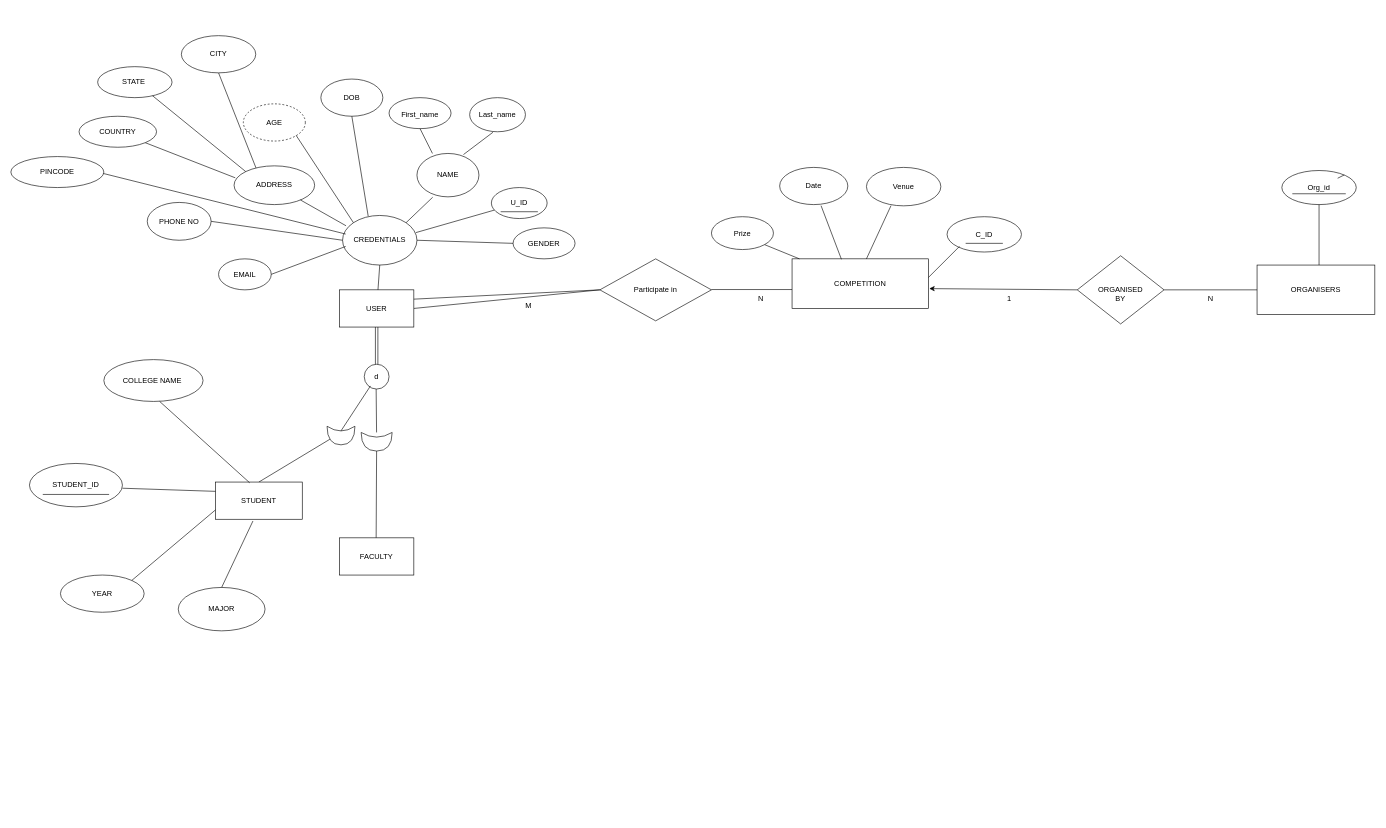
Aaradhy-Sharma/dbms-project-1 keeps this draw.io diagram as er-model.drawio. Above is the earlier version. Source tidied: cells renumbered, new cells numbered last; positions are measured from the earlier drawing's top-left corner, leaving out a move shared by most shapes. Both pictures are drawn from the tidied source at 62%, with x=0, y=0 at pixel (11, 35).
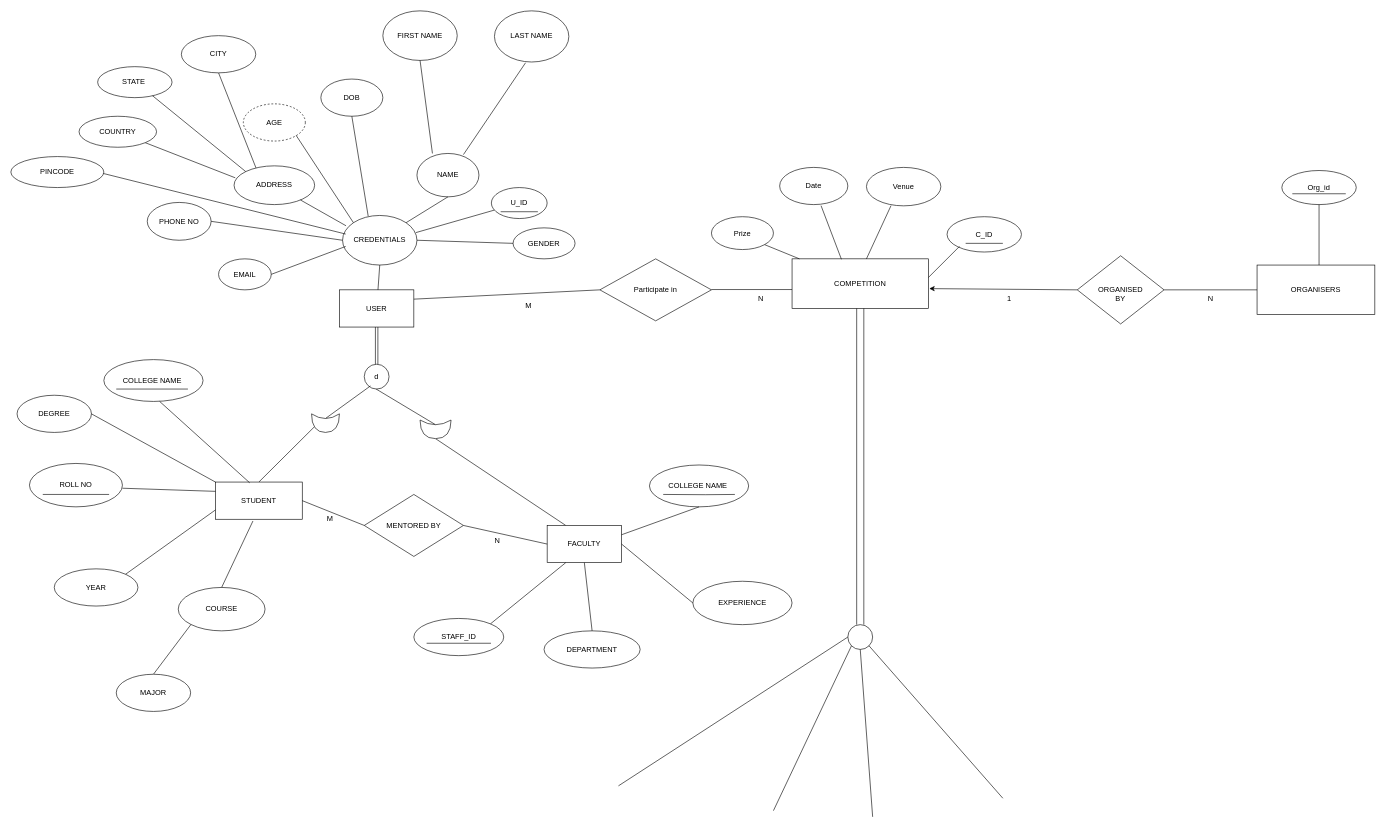
After the change.

Unchanged cells that the change refers to:
```xml
<mxCell id="4" style="ellipse;whiteSpace=wrap;html=1;" parent="1" vertex="1">
  <mxGeometry x="655" y="190" width="100" height="70" as="geometry" />
</mxCell>
<mxCell id="23" value="Participate in" style="rhombus;whiteSpace=wrap;html=1;" parent="1" vertex="1">
  <mxGeometry x="950" y="360" width="180" height="100" as="geometry" />
</mxCell>
<mxCell id="27" style="rounded=0;whiteSpace=wrap;html=1;" parent="1" vertex="1">
  <mxGeometry x="1260" y="360" width="220" height="80" as="geometry" />
</mxCell>
<mxCell id="41" value="Org_id" style="ellipse;whiteSpace=wrap;html=1;" parent="1" vertex="1">
  <mxGeometry x="2050" y="217.5" width="120" height="55" as="geometry" />
</mxCell>
<mxCell id="54" value="STUDENT" style="rounded=0;whiteSpace=wrap;html=1;" parent="1" vertex="1">
  <mxGeometry x="330" y="720" width="140" height="60" as="geometry" />
</mxCell>
<mxCell id="64" value="CREDENTIALS" style="ellipse;whiteSpace=wrap;html=1;" parent="1" vertex="1">
  <mxGeometry x="535" y="290" width="120" height="80" as="geometry" />
</mxCell>
<mxCell id="65" value="USER" style="rounded=0;whiteSpace=wrap;html=1;" parent="1" vertex="1">
  <mxGeometry x="530" y="410" width="120" height="60" as="geometry" />
</mxCell>
```

The edit, as a diff of the source:
```diff
@@
-    <mxCell id="8" style="endArrow=none;html=1;rounded=0;exitX=1;exitY=0;exitDx=0;exitDy=0;entryX=0.254;entryY=1.009;entryDx=0;entryDy=0;entryPerimeter=0;" parent="1" edge="1" source="64" target="4">
+    <mxCell id="8" style="endArrow=none;html=1;rounded=0;exitX=1;exitY=0;exitDx=0;exitDy=0;entryX=0.5;entryY=1;entryDx=0;entryDy=0;" parent="1" edge="1" source="64" target="4">
       <mxGeometry relative="1" as="geometry" />
     </mxCell>
-    <mxCell id="9" style="ellipse;whiteSpace=wrap;html=1;" parent="1" vertex="1">
-      <mxGeometry x="740" y="100" width="90" height="55" as="geometry" />
+    <mxCell id="9" value="LAST NAME" style="ellipse;whiteSpace=wrap;html=1;" parent="1" vertex="1">
+      <mxGeometry x="780" y="-40" width="120" height="82.5" as="geometry" />
     </mxCell>
-    <mxCell id="10" style="ellipse;whiteSpace=wrap;html=1;" parent="1" vertex="1">
-      <mxGeometry x="610" y="100" width="100" height="50" as="geometry" />
+    <mxCell id="10" value="FIRST NAME" style="ellipse;whiteSpace=wrap;html=1;" parent="1" vertex="1">
+      <mxGeometry x="600" y="-40" width="120" height="80" as="geometry" />
     </mxCell>
@@
-    <mxCell id="17" value="First_name" style="text;html=1;align=center;verticalAlign=middle;whiteSpace=wrap;rounded=0;" parent="1" vertex="1">
-      <mxGeometry x="630" y="113" width="60" height="30" as="geometry" />
-    </mxCell>
-    <mxCell id="18" value="Last_name" style="text;html=1;align=center;verticalAlign=middle;whiteSpace=wrap;rounded=0;" parent="1" vertex="1">
-      <mxGeometry x="755" y="113" width="60" height="30" as="geometry" />
-    </mxCell>
@@
-    <mxCell id="22" style="endArrow=none;html=1;rounded=0;exitX=1;exitY=0.5;exitDx=0;exitDy=0;entryX=0;entryY=0.5;entryDx=0;entryDy=0;" parent="1" edge="1" source="65" target="23">
-      <mxGeometry relative="1" as="geometry" />
-    </mxCell>
@@
-    <mxCell id="49" style="endArrow=none;html=1;rounded=0;" parent="1" edge="1" source="51">
+    <mxCell id="49" style="endArrow=none;html=1;rounded=0;exitX=0.25;exitY=0.5;exitDx=0;exitDy=0;exitPerimeter=0;" parent="1" edge="1" source="51">
       <mxGeometry relative="1" as="geometry">
         <mxPoint x="589.2" y="570" as="targetPoint" />
       </mxGeometry>
     </mxCell>
-    <mxCell id="50" style="endArrow=none;html=1;rounded=0;" parent="1" edge="1" target="51">
-      <mxGeometry relative="1" as="geometry">
-        <mxPoint x="589.2" y="810" as="sourcePoint" />
-      </mxGeometry>
+    <mxCell id="50" style="endArrow=none;html=1;rounded=0;entryX=1;entryY=0.5;entryDx=0;entryDy=0;entryPerimeter=0;exitX=0.25;exitY=0;exitDx=0;exitDy=0;" parent="1" edge="1" source="55" target="51">
+      <mxGeometry relative="1" as="geometry" />
     </mxCell>
     <mxCell id="51" style="shape=xor;whiteSpace=wrap;html=1;direction=south;" parent="1" vertex="1">
-      <mxGeometry x="565" y="640" width="50" height="30" as="geometry" />
+      <mxGeometry x="660" y="620" width="50" height="30" as="geometry" />
     </mxCell>
@@
     <mxCell id="53" style="shape=xor;whiteSpace=wrap;html=1;direction=south;" parent="1" vertex="1">
-      <mxGeometry x="510" y="630" width="45" height="30" as="geometry" />
+      <mxGeometry x="485" y="610" width="45" height="30" as="geometry" />
     </mxCell>
@@
     <mxCell id="55" value="FACULTY" style="rounded=0;whiteSpace=wrap;html=1;" parent="1" vertex="1">
-      <mxGeometry x="530" y="810" width="120" height="60" as="geometry" />
+      <mxGeometry x="865" y="790" width="120" height="60" as="geometry" />
     </mxCell>
@@
-    <mxCell id="57" value="STUDENT_ID" style="ellipse;whiteSpace=wrap;html=1;" parent="1" vertex="1">
+    <mxCell id="57" value="ROLL NO" style="ellipse;whiteSpace=wrap;html=1;" parent="1" vertex="1">
       <mxGeometry x="30" y="690" width="150" height="70" as="geometry" />
     </mxCell>
     <mxCell id="58" value="YEAR" style="ellipse;whiteSpace=wrap;html=1;" parent="1" vertex="1">
-      <mxGeometry x="80" y="870" width="135" height="60" as="geometry" />
+      <mxGeometry x="70" y="860" width="135" height="60" as="geometry" />
     </mxCell>
-    <mxCell id="59" value="MAJOR" style="ellipse;whiteSpace=wrap;html=1;" parent="1" vertex="1">
+    <mxCell id="59" value="COURSE" style="ellipse;whiteSpace=wrap;html=1;" parent="1" vertex="1">
       <mxGeometry x="270" y="890" width="140" height="70" as="geometry" />
     </mxCell>
@@
-    <mxCell id="72" style="endArrow=none;html=1;rounded=0;" parent="1" edge="1" source="41">
-      <mxGeometry relative="1" as="geometry">
-        <mxPoint x="2140" y="230" as="targetPoint" />
-      </mxGeometry>
-    </mxCell>
@@
+    <mxCell id="86" value="DEGREE" style="ellipse;whiteSpace=wrap;html=1;" parent="1" vertex="1">
+      <mxGeometry x="10" y="580" width="120" height="60" as="geometry" />
+    </mxCell>
+    <mxCell id="87" style="endArrow=none;html=1;rounded=0;entryX=0;entryY=0;entryDx=0;entryDy=0;exitX=1;exitY=0.5;exitDx=0;exitDy=0;" parent="1" edge="1" source="86" target="54">
+      <mxGeometry relative="1" as="geometry" />
+    </mxCell>
+    <mxCell id="88" style="endArrow=none;html=1;rounded=0;entryX=0;entryY=1;entryDx=0;entryDy=0;exitX=0.5;exitY=0;exitDx=0;exitDy=0;" parent="1" edge="1" source="89" target="59">
+      <mxGeometry relative="1" as="geometry" />
+    </mxCell>
+    <mxCell id="89" value="MAJOR" style="ellipse;whiteSpace=wrap;html=1;" parent="1" vertex="1">
+      <mxGeometry x="170" y="1030" width="120" height="60" as="geometry" />
+    </mxCell>
+    <mxCell id="90" value="MENTORED BY" style="rhombus;whiteSpace=wrap;html=1;" parent="1" vertex="1">
+      <mxGeometry x="570" y="740" width="160" height="100" as="geometry" />
+    </mxCell>
+    <mxCell id="91" style="endArrow=none;html=1;rounded=0;entryX=0;entryY=0.5;entryDx=0;entryDy=0;exitX=1;exitY=0.5;exitDx=0;exitDy=0;" parent="1" edge="1" source="90" target="55">
+      <mxGeometry relative="1" as="geometry" />
+    </mxCell>
+    <mxCell id="92" style="endArrow=none;html=1;rounded=0;entryX=0;entryY=0.5;entryDx=0;entryDy=0;exitX=1;exitY=0.5;exitDx=0;exitDy=0;" parent="1" edge="1" source="54" target="90">
+      <mxGeometry relative="1" as="geometry" />
+    </mxCell>
+    <mxCell id="93" style="endArrow=none;html=1;rounded=0;entryX=1;entryY=1;entryDx=0;entryDy=0;exitX=0;exitY=1;exitDx=0;exitDy=0;" parent="1" edge="1">
+      <mxGeometry relative="1" as="geometry">
+        <mxPoint x="170" y="570" as="sourcePoint" />
+        <mxPoint x="285.6" y="570" as="targetPoint" />
+      </mxGeometry>
+    </mxCell>
+    <mxCell id="94" value="COLLEGE NAME&amp;nbsp;" style="ellipse;whiteSpace=wrap;html=1;" parent="1" vertex="1">
+      <mxGeometry x="1030" y="692.5" width="160" height="67.5" as="geometry" />
+    </mxCell>
+    <mxCell id="95" style="endArrow=none;html=1;rounded=0;exitX=1;exitY=0.25;exitDx=0;exitDy=0;entryX=0.5;entryY=1;entryDx=0;entryDy=0;" parent="1" edge="1" source="55" target="94">
+      <mxGeometry relative="1" as="geometry" />
+    </mxCell>
+    <mxCell id="96" value="EXPERIENCE" style="ellipse;whiteSpace=wrap;html=1;" parent="1" vertex="1">
+      <mxGeometry x="1100" y="880" width="160" height="70" as="geometry" />
+    </mxCell>
+    <mxCell id="97" style="endArrow=none;html=1;rounded=0;entryX=0;entryY=0.5;entryDx=0;entryDy=0;exitX=1;exitY=0.5;exitDx=0;exitDy=0;" parent="1" edge="1" source="55" target="96">
+      <mxGeometry relative="1" as="geometry" />
+    </mxCell>
+    <mxCell id="98" value="STAFF_ID" style="ellipse;whiteSpace=wrap;html=1;" parent="1" vertex="1">
+      <mxGeometry x="650" y="940" width="145" height="60" as="geometry" />
+    </mxCell>
+    <mxCell id="99" value="DEPARTMENT" style="ellipse;whiteSpace=wrap;html=1;" parent="1" vertex="1">
+      <mxGeometry x="860" y="960" width="155" height="60" as="geometry" />
+    </mxCell>
+    <mxCell id="100" style="endArrow=none;html=1;rounded=0;entryX=0.25;entryY=1;entryDx=0;entryDy=0;exitX=1;exitY=0;exitDx=0;exitDy=0;" parent="1" edge="1" source="98" target="55">
+      <mxGeometry relative="1" as="geometry" />
+    </mxCell>
+    <mxCell id="101" style="endArrow=none;html=1;rounded=0;entryX=0.5;entryY=1;entryDx=0;entryDy=0;exitX=0.5;exitY=0;exitDx=0;exitDy=0;" parent="1" edge="1" source="99" target="55">
+      <mxGeometry relative="1" as="geometry" />
+    </mxCell>
+    <mxCell id="102" style="endArrow=none;html=1;rounded=0;entryX=1;entryY=1;entryDx=0;entryDy=0;exitX=0;exitY=1;exitDx=0;exitDy=0;" parent="1" edge="1">
+      <mxGeometry relative="1" as="geometry">
+        <mxPoint x="1052.2" y="740" as="sourcePoint" />
+        <mxPoint x="1167.8" y="740" as="targetPoint" />
+        <Array as="points">
+          <mxPoint x="1120" y="740.4" />
+        </Array>
+      </mxGeometry>
+    </mxCell>
+    <mxCell id="103" style="endArrow=none;html=1;rounded=0;entryX=1;entryY=1;entryDx=0;entryDy=0;exitX=0;exitY=1;exitDx=0;exitDy=0;" parent="1" edge="1">
+      <mxGeometry relative="1" as="geometry">
+        <mxPoint x="670.6" y="980" as="sourcePoint" />
+        <mxPoint x="774.4" y="980" as="targetPoint" />
+      </mxGeometry>
+    </mxCell>
+    <mxCell id="104" value="M" style="text;html=1;align=center;verticalAlign=middle;whiteSpace=wrap;rounded=0;" parent="1" vertex="1">
+      <mxGeometry x="475" y="760" width="80" height="40" as="geometry" />
+    </mxCell>
+    <mxCell id="105" value="N" style="text;html=1;align=center;verticalAlign=middle;whiteSpace=wrap;rounded=0;" parent="1" vertex="1">
+      <mxGeometry x="755" y="800" width="60" height="30" as="geometry" />
+    </mxCell>
+    <mxCell id="106" style="shape=link;html=1;rounded=0;exitX=0.5;exitY=1;exitDx=0;exitDy=0;width=11.538461538461537;" parent="1" edge="1" source="27" target="107">
+      <mxGeometry relative="1" as="geometry" />
+    </mxCell>
+    <mxCell id="107" style="ellipse;whiteSpace=wrap;html=1;" parent="1" vertex="1">
+      <mxGeometry x="1350" y="950" width="40" height="40" as="geometry" />
+    </mxCell>
+    <mxCell id="108" style="endArrow=none;html=1;rounded=0;entryX=0;entryY=0.5;entryDx=0;entryDy=0;" parent="1" edge="1" target="107">
+      <mxGeometry relative="1" as="geometry">
+        <mxPoint x="980" y="1210" as="sourcePoint" />
+      </mxGeometry>
+    </mxCell>
+    <mxCell id="109" style="endArrow=none;html=1;rounded=0;entryX=0;entryY=1;entryDx=0;entryDy=0;" parent="1" edge="1" target="107">
+      <mxGeometry relative="1" as="geometry">
+        <mxPoint x="1230" y="1250" as="sourcePoint" />
+      </mxGeometry>
+    </mxCell>
+    <mxCell id="110" style="endArrow=none;html=1;rounded=0;entryX=0.5;entryY=1;entryDx=0;entryDy=0;" parent="1" edge="1" target="107">
+      <mxGeometry relative="1" as="geometry">
+        <mxPoint x="1390" y="1260" as="sourcePoint" />
+      </mxGeometry>
+    </mxCell>
+    <mxCell id="111" style="endArrow=none;html=1;rounded=0;exitX=1;exitY=1;exitDx=0;exitDy=0;" parent="1" edge="1" source="107">
+      <mxGeometry relative="1" as="geometry">
+        <mxPoint x="1600" y="1230" as="targetPoint" />
+      </mxGeometry>
+    </mxCell>
```
